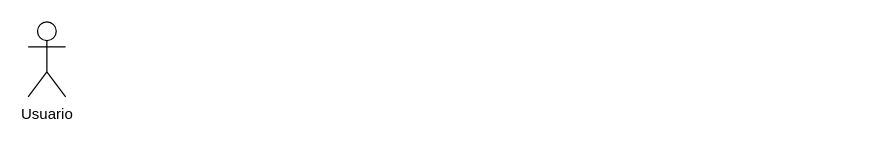
Earlier version of the draw.io diagram SextaTarefa.drawio (ArcanjoDaGuarda/AnjoProjetos). Source tidied: cells renumbered, new cells numbered last; positions are measured from the earlier drawing's top-left corner, leaving out a move shared by most shapes. Both pictures are drawn from the tidied source at 125%, with x=0, y=0 at pixel (28, 21).
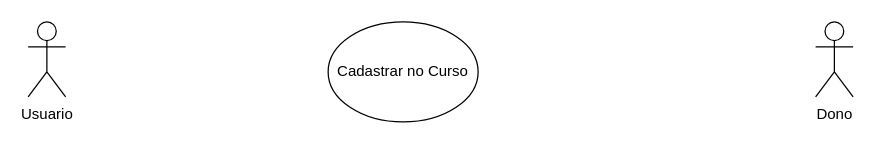
Above is the later version.

Change to the diagram source:
```diff
@@
 <mxGraphModel>
   <root>
     <mxCell id="0" />
     <mxCell id="1" parent="0" />
     <mxCell id="2" value="Usuario&lt;br&gt;" style="shape=umlActor;verticalLabelPosition=bottom;verticalAlign=top;html=1;" parent="1" vertex="1">
       <mxGeometry width="30" height="60" as="geometry" />
     </mxCell>
+    <mxCell id="3" value="Cadastrar no Curso" style="ellipse;whiteSpace=wrap;html=1;" parent="1" vertex="1">
+      <mxGeometry x="240" width="120" height="80" as="geometry" />
+    </mxCell>
+    <mxCell id="4" value="Dono" style="shape=umlActor;verticalLabelPosition=bottom;verticalAlign=top;html=1;" parent="1" vertex="1">
+      <mxGeometry x="630" width="30" height="60" as="geometry" />
+    </mxCell>
   </root>
 </mxGraphModel>
```
